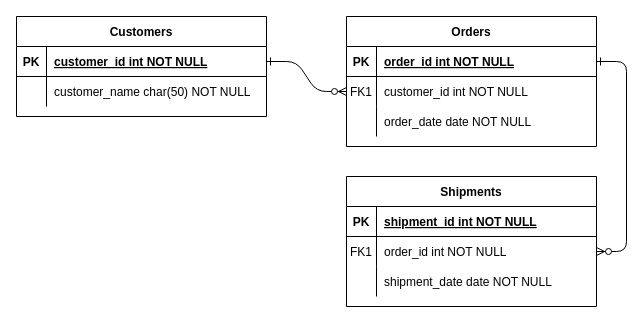
Earlier version of the draw.io diagram Untitled Diagram.drawio (Julie-Lam/FYFI). Source tidied: cells renumbered, new cells numbered last; positions are measured from the earlier drawing's top-left corner, leaving out a move shared by most shapes. Both pictures are drawn from the tidied source at 100%, with x=0, y=0 at pixel (16, 16).
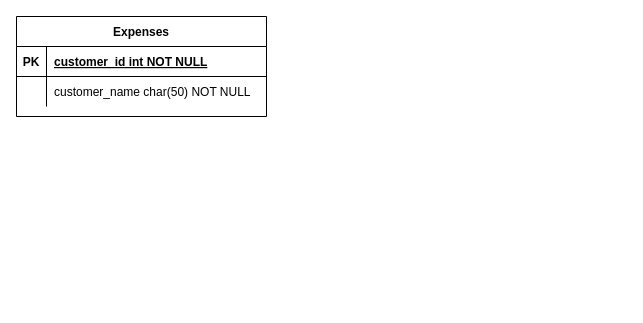
After the change.

The change refers to these unchanged cells:
```xml
<mxCell id="25" style="shape=partialRectangle;fillColor=none;points=[[0,0.5],[1,0.5]];portConstraint=eastwest;top=0;left=0;right=0;bottom=1;" parent="24" vertex="1">
  <mxGeometry y="30" width="250" height="30" as="geometry" />
</mxCell>
```

Change to the diagram source:
```diff
@@
-    <mxCell id="2" style="edgeStyle=entityRelationEdgeStyle;endArrow=ERzeroToMany;startArrow=ERone;endFill=1;startFill=0;" parent="1" edge="1" source="25" target="8">
-      <mxGeometry relative="1" as="geometry" />
-    </mxCell>
-    <mxCell id="3" style="edgeStyle=entityRelationEdgeStyle;endArrow=ERzeroToMany;startArrow=ERone;endFill=1;startFill=0;" parent="1" edge="1" source="5" target="18">
-      <mxGeometry relative="1" as="geometry" />
-    </mxCell>
-    <mxCell id="4" value="Orders" style="shape=table;startSize=30;childLayout=tableLayout;rowLines=0;fontStyle=1;align=center;" parent="1" vertex="1">
-      <mxGeometry x="330" width="250" height="130" as="geometry" />
-    </mxCell>
-    <mxCell id="5" style="shape=partialRectangle;fillColor=none;points=[[0,0.5],[1,0.5]];portConstraint=eastwest;top=0;left=0;right=0;bottom=1;" parent="4" vertex="1">
-      <mxGeometry y="30" width="250" height="30" as="geometry" />
-    </mxCell>
-    <mxCell id="6" value="PK" style="shape=partialRectangle;overflow=hidden;fillColor=none;top=0;left=0;bottom=0;right=0;fontStyle=1;" parent="5" vertex="1">
-      <mxGeometry width="30" height="30" as="geometry" />
-    </mxCell>
-    <mxCell id="7" value="order_id int NOT NULL " style="shape=partialRectangle;overflow=hidden;fillColor=none;top=0;left=0;bottom=0;right=0;align=left;spacingLeft=6;fontStyle=5;" parent="5" vertex="1">
-      <mxGeometry x="30" width="220" height="30" as="geometry" />
-    </mxCell>
-    <mxCell id="8" style="shape=partialRectangle;fillColor=none;points=[[0,0.5],[1,0.5]];portConstraint=eastwest;top=0;left=0;right=0;bottom=0;" parent="4" vertex="1">
-      <mxGeometry y="60" width="250" height="30" as="geometry" />
-    </mxCell>
-    <mxCell id="9" value="FK1" style="shape=partialRectangle;overflow=hidden;fillColor=none;top=0;left=0;bottom=0;right=0;" parent="8" vertex="1">
-      <mxGeometry width="30" height="30" as="geometry" />
-    </mxCell>
-    <mxCell id="10" value="customer_id int NOT NULL" style="shape=partialRectangle;overflow=hidden;fillColor=none;top=0;left=0;bottom=0;right=0;align=left;spacingLeft=6;" parent="8" vertex="1">
-      <mxGeometry x="30" width="220" height="30" as="geometry" />
-    </mxCell>
-    <mxCell id="11" style="shape=partialRectangle;fillColor=none;top=0;left=0;right=0;bottom=0;" parent="4" vertex="1">
-      <mxGeometry y="90" width="250" height="30" as="geometry" />
-    </mxCell>
-    <mxCell id="12" style="shape=partialRectangle;overflow=hidden;fillColor=none;top=0;left=0;bottom=0;right=0;" parent="11" vertex="1">
-      <mxGeometry width="30" height="30" as="geometry" />
-    </mxCell>
-    <mxCell id="13" value="order_date date NOT NULL" style="shape=partialRectangle;overflow=hidden;fillColor=none;top=0;left=0;bottom=0;right=0;align=left;spacingLeft=6;" parent="11" vertex="1">
-      <mxGeometry x="30" width="220" height="30" as="geometry" />
-    </mxCell>
-    <mxCell id="14" value="Shipments" style="shape=table;startSize=30;childLayout=tableLayout;rowLines=0;fontStyle=1;align=center;" parent="1" vertex="1">
-      <mxGeometry x="330" y="160" width="250" height="130" as="geometry" />
-    </mxCell>
-    <mxCell id="15" style="shape=partialRectangle;fillColor=none;top=0;left=0;right=0;bottom=1;" parent="14" vertex="1">
-      <mxGeometry y="30" width="250" height="30" as="geometry" />
-    </mxCell>
-    <mxCell id="16" value="PK" style="shape=partialRectangle;overflow=hidden;fillColor=none;top=0;left=0;bottom=0;right=0;fontStyle=1;" parent="15" vertex="1">
-      <mxGeometry width="30" height="30" as="geometry" />
-    </mxCell>
-    <mxCell id="17" value="shipment_id int NOT NULL " style="shape=partialRectangle;overflow=hidden;fillColor=none;top=0;left=0;bottom=0;right=0;align=left;spacingLeft=6;fontStyle=5;" parent="15" vertex="1">
-      <mxGeometry x="30" width="220" height="30" as="geometry" />
-    </mxCell>
-    <mxCell id="18" style="shape=partialRectangle;fillColor=none;points=[[0,0.5],[1,0.5]];portConstraint=eastwest;top=0;left=0;right=0;bottom=0;" parent="14" vertex="1">
-      <mxGeometry y="60" width="250" height="30" as="geometry" />
-    </mxCell>
-    <mxCell id="19" value="FK1" style="shape=partialRectangle;overflow=hidden;fillColor=none;top=0;left=0;bottom=0;right=0;" parent="18" vertex="1">
-      <mxGeometry width="30" height="30" as="geometry" />
-    </mxCell>
-    <mxCell id="20" value="order_id int NOT NULL" style="shape=partialRectangle;overflow=hidden;fillColor=none;top=0;left=0;bottom=0;right=0;align=left;spacingLeft=6;" parent="18" vertex="1">
-      <mxGeometry x="30" width="220" height="30" as="geometry" />
-    </mxCell>
-    <mxCell id="21" style="shape=partialRectangle;fillColor=none;top=0;left=0;right=0;bottom=0;" parent="14" vertex="1">
-      <mxGeometry y="90" width="250" height="30" as="geometry" />
-    </mxCell>
-    <mxCell id="22" style="shape=partialRectangle;overflow=hidden;fillColor=none;top=0;left=0;bottom=0;right=0;" parent="21" vertex="1">
-      <mxGeometry width="30" height="30" as="geometry" />
-    </mxCell>
-    <mxCell id="23" value="shipment_date date NOT NULL" style="shape=partialRectangle;overflow=hidden;fillColor=none;top=0;left=0;bottom=0;right=0;align=left;spacingLeft=6;" parent="21" vertex="1">
-      <mxGeometry x="30" width="220" height="30" as="geometry" />
-    </mxCell>
-    <mxCell id="24" value="Customers" style="shape=table;startSize=30;childLayout=tableLayout;rowLines=0;fontStyle=1;align=center;" parent="1" vertex="1">
+    <mxCell id="24" value="Expenses" style="shape=table;startSize=30;childLayout=tableLayout;rowLines=0;fontStyle=1;align=center;" parent="1" vertex="1">
       <mxGeometry width="250" height="100" as="geometry" />
     </mxCell>
```
